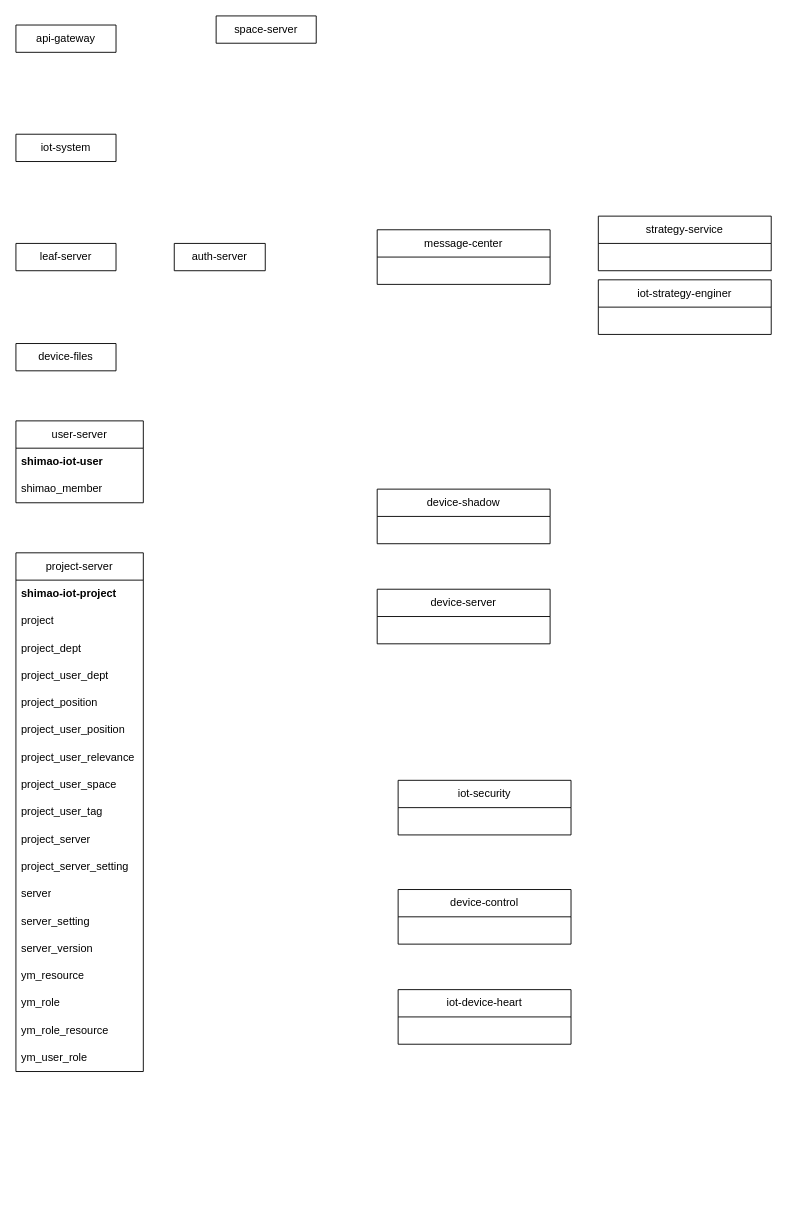
Before: yzs/IOT服务精简.drawio in yanglei1992/documents, a draw.io diagram. Source tidied: cells renumbered, new cells numbered last; positions are measured from the earlier drawing's top-left corner, leaving out a move shared by most shapes. Both pictures are drawn from the tidied source at 91%, with x=0, y=0 at pixel (15, 15).
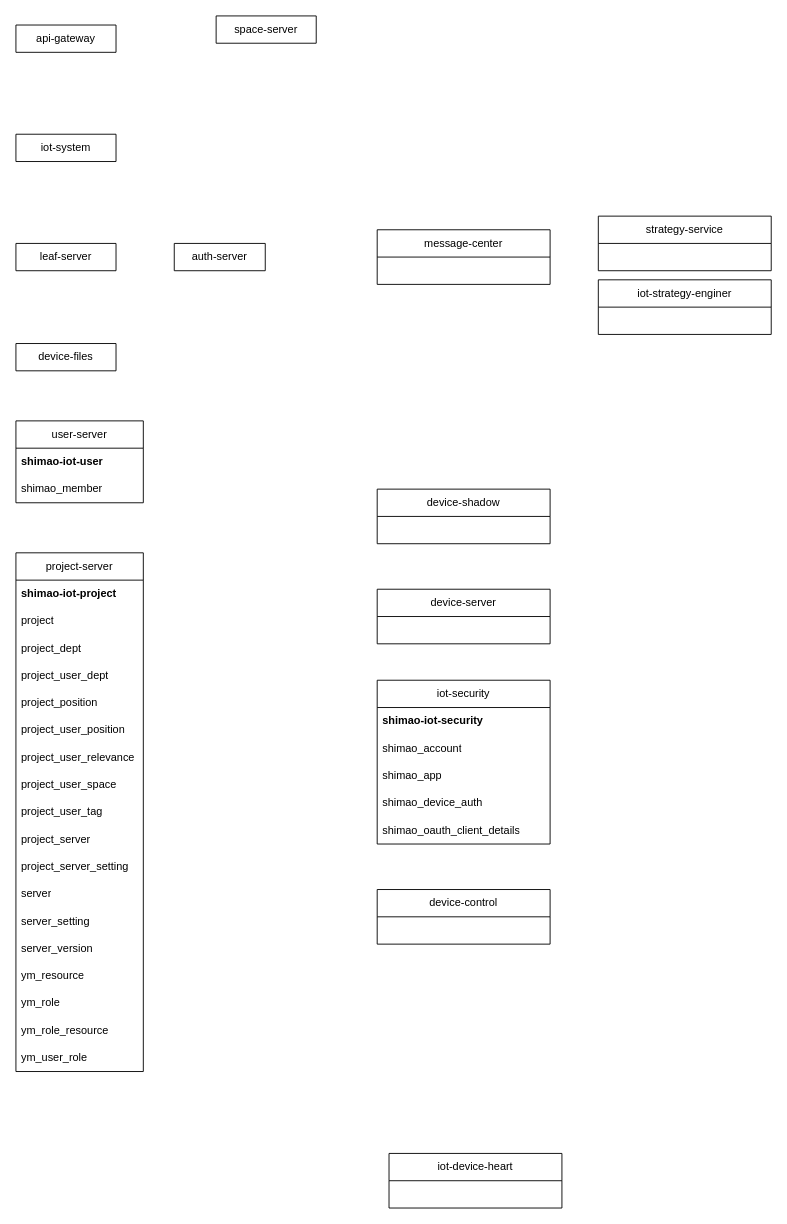
The same page after the edit.

Commit message (it also covers changes not shown here):
更新IOT服务精简.drawio

What changed in the source:
```diff
@@
-    <mxCell id="9" value="iot-security" style="swimlane;fontStyle=0;horizontal=1;startSize=30;whiteSpace=wrap;html=1;" parent="1" vertex="1">
-      <mxGeometry x="420" y="840" width="190" height="60" as="geometry" />
-    </mxCell>
     <mxCell id="10" value="device-control" style="swimlane;fontStyle=0;horizontal=1;startSize=30;whiteSpace=wrap;html=1;" parent="1" vertex="1">
-      <mxGeometry x="420" y="960" width="190" height="60" as="geometry" />
+      <mxGeometry x="397" y="960" width="190" height="60" as="geometry" />
     </mxCell>
@@
     <mxCell id="12" value="iot-device-heart" style="swimlane;fontStyle=0;horizontal=1;startSize=30;whiteSpace=wrap;html=1;" parent="1" vertex="1">
-      <mxGeometry x="420" y="1070" width="190" height="60" as="geometry" />
+      <mxGeometry x="410" y="1250" width="190" height="60" as="geometry" />
     </mxCell>
@@
+    <mxCell id="9" value="iot-security" style="swimlane;fontStyle=0;horizontal=1;startSize=30;whiteSpace=wrap;html=1;" parent="1" vertex="1">
+      <mxGeometry x="397" y="730" width="190" height="180" as="geometry" />
+    </mxCell>
+    <mxCell id="38" value="shimao-iot-security" style="text;strokeColor=none;fillColor=none;align=left;verticalAlign=middle;spacingLeft=4;spacingRight=4;overflow=hidden;whiteSpace=wrap;html=1;fontStyle=1;" parent="9" vertex="1">
+      <mxGeometry y="30" width="190" height="30" as="geometry" />
+    </mxCell>
+    <mxCell id="39" value="shimao_account" style="text;strokeColor=none;fillColor=none;align=left;verticalAlign=middle;spacingLeft=4;spacingRight=4;overflow=hidden;whiteSpace=wrap;html=1;" parent="9" vertex="1">
+      <mxGeometry y="60" width="190" height="30" as="geometry" />
+    </mxCell>
+    <mxCell id="40" value="shimao_app" style="text;strokeColor=none;fillColor=none;align=left;verticalAlign=middle;spacingLeft=4;spacingRight=4;overflow=hidden;whiteSpace=wrap;html=1;" parent="9" vertex="1">
+      <mxGeometry y="90" width="190" height="30" as="geometry" />
+    </mxCell>
+    <mxCell id="41" value="shimao_device_auth" style="text;strokeColor=none;fillColor=none;align=left;verticalAlign=middle;spacingLeft=4;spacingRight=4;overflow=hidden;whiteSpace=wrap;html=1;" parent="9" vertex="1">
+      <mxGeometry y="120" width="190" height="30" as="geometry" />
+    </mxCell>
+    <mxCell id="42" value="shimao_oauth_client_details" style="text;strokeColor=none;fillColor=none;align=left;verticalAlign=middle;spacingLeft=4;spacingRight=4;overflow=hidden;whiteSpace=wrap;html=1;" parent="9" vertex="1">
+      <mxGeometry y="150" width="190" height="30" as="geometry" />
+    </mxCell>
```
